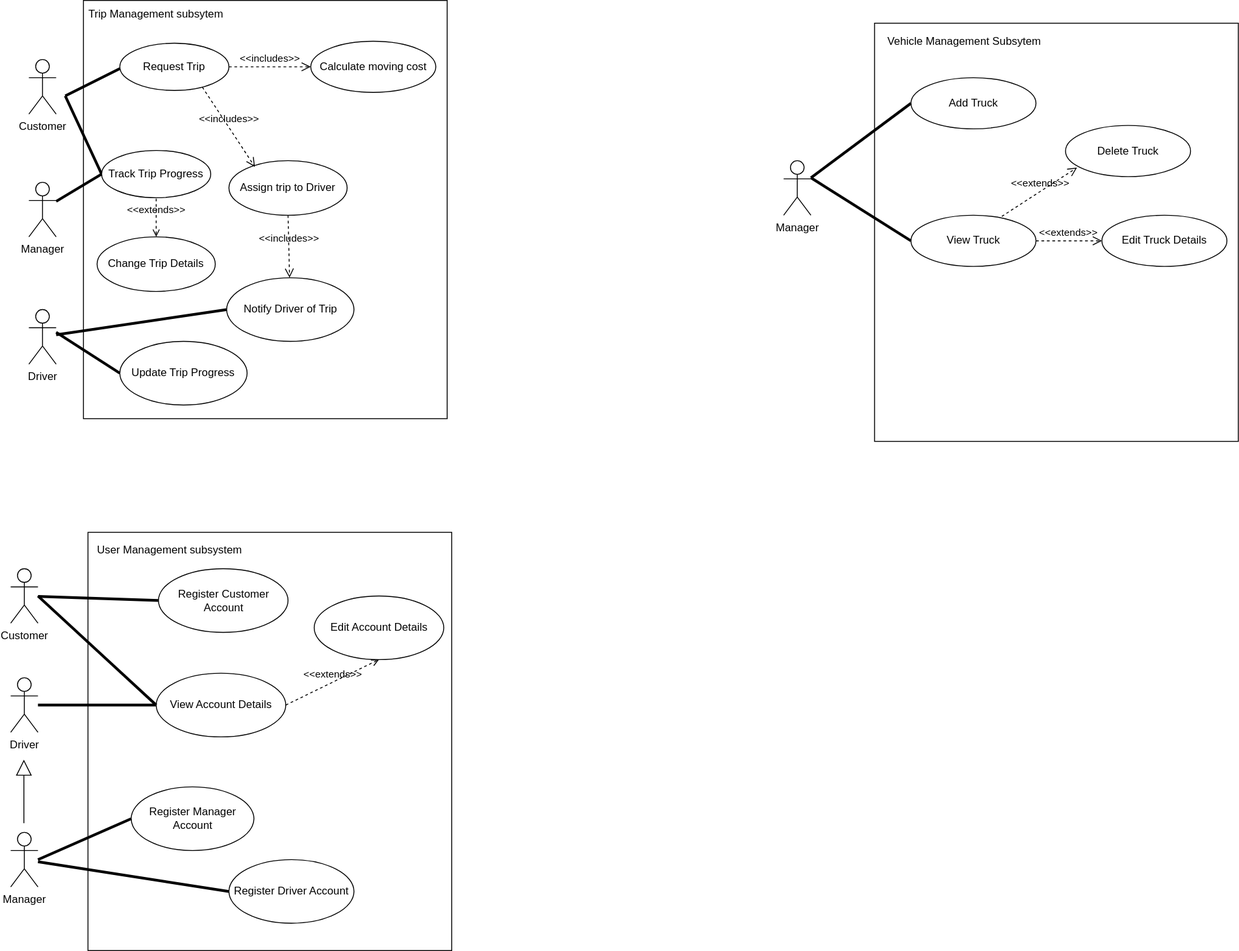
KarenM-tech/diagrams keeps this draw.io diagram as draft1.drawio.svg. Above is the earlier version. Source tidied: cells renumbered, new cells last; positions are measured from the earlier drawing's top-left corner, leaving out a move shared by most shapes.
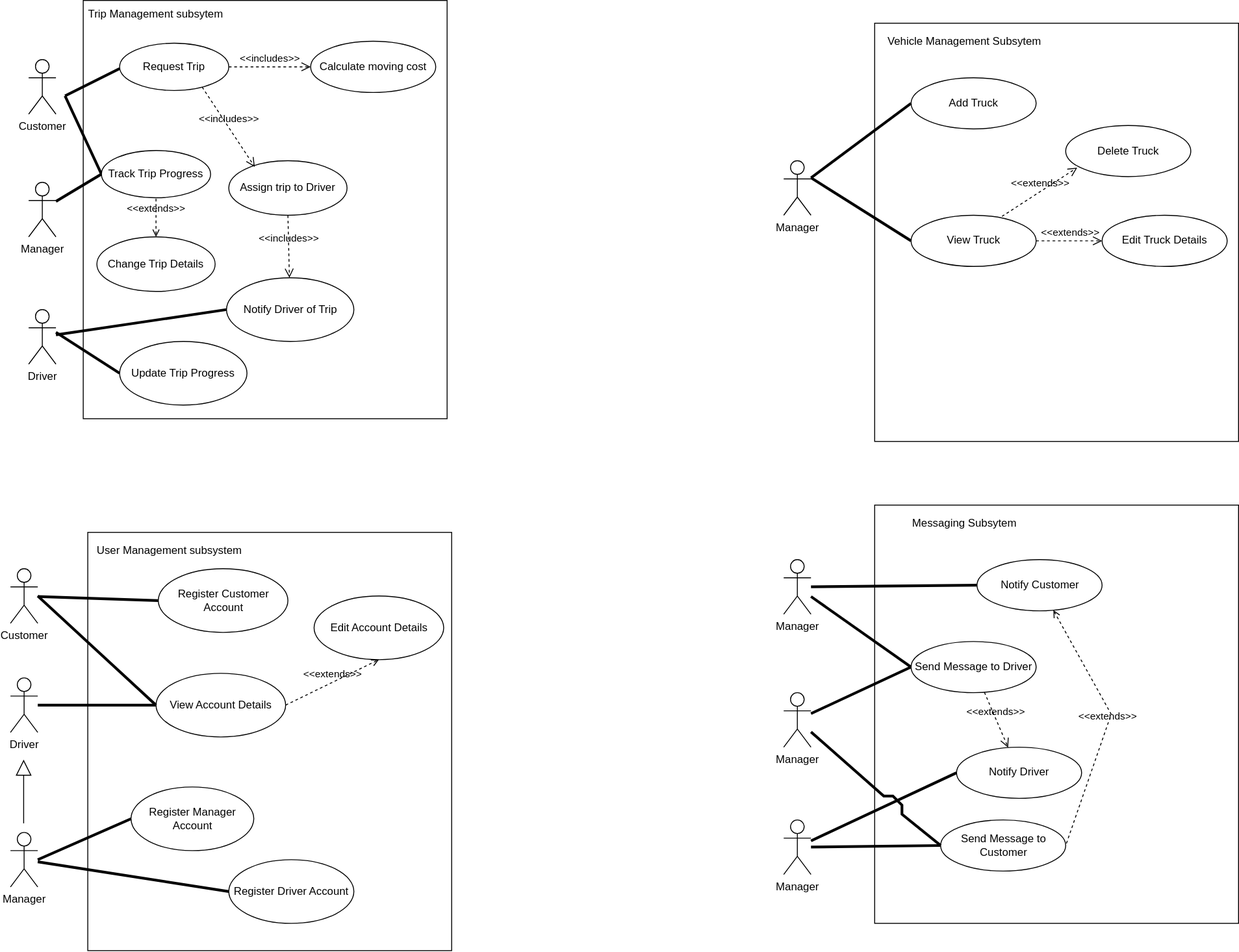
After the commit.

Commit message:
Added Messaging Subsystem

The edit, as a diff of the source:
```diff
@@ -173,5 +173,68 @@
         <mxPoint x="880" y="195" as="sourcePoint" />
       </mxGeometry>
     </mxCell>
+    <mxCell id="53" style="rounded=0;whiteSpace=wrap;html=1;rotation=-180;direction=south;" parent="1" vertex="1">
+      <mxGeometry x="950" y="555" width="400" height="460" as="geometry" />
+    </mxCell>
+    <mxCell id="54" value="Messaging Subsytem" style="text;strokeColor=none;align=center;fillColor=none;html=1;verticalAlign=middle;whiteSpace=wrap;rounded=0;" parent="1" vertex="1">
+      <mxGeometry x="958.8" y="565" width="180" height="20" as="geometry" />
+    </mxCell>
+    <mxCell id="55" value="Send Message to Driver" style="ellipse;whiteSpace=wrap;html=1;" parent="1" vertex="1">
+      <mxGeometry x="990" y="705" width="137.5" height="56.2" as="geometry" />
+    </mxCell>
+    <mxCell id="56" value="Notify Driver" style="ellipse;whiteSpace=wrap;html=1;" parent="1" vertex="1">
+      <mxGeometry x="1040" y="821.2" width="137.5" height="56.2" as="geometry" />
+    </mxCell>
+    <mxCell id="57" value="Send Message to Customer" style="ellipse;whiteSpace=wrap;html=1;" parent="1" vertex="1">
+      <mxGeometry x="1022.5" y="901.2" width="137.5" height="56.2" as="geometry" />
+    </mxCell>
+    <mxCell id="58" value="Notify Customer" style="ellipse;whiteSpace=wrap;html=1;" parent="1" vertex="1">
+      <mxGeometry x="1062.5" y="615" width="137.5" height="56.2" as="geometry" />
+    </mxCell>
+    <mxCell id="59" value="&amp;lt;&amp;lt;extends&amp;gt;&amp;gt;" style="endArrow=open;startArrow=none;endFill=0;startFill=0;endSize=8;html=1;verticalAlign=bottom;dashed=1;labelBackgroundColor=none;rounded=0;" parent="1" edge="1" source="55" target="56">
+      <mxGeometry relative="1" as="geometry" />
+    </mxCell>
+    <mxCell id="60" value="&amp;lt;&amp;lt;extends&amp;gt;&amp;gt;" style="endArrow=none;startArrow=open;endFill=0;startFill=0;endSize=8;html=1;verticalAlign=bottom;dashed=1;labelBackgroundColor=none;rounded=0;entryX=1;entryY=0.5;entryDx=0;entryDy=0;" parent="1" edge="1" source="58" target="57">
+      <mxGeometry relative="1" as="geometry">
+        <Array as="points">
+          <mxPoint x="1210" y="785" />
+        </Array>
+      </mxGeometry>
+    </mxCell>
+    <mxCell id="61" value="Manager" style="shape=umlActor;verticalLabelPosition=bottom;verticalAlign=top;html=1;outlineConnect=0;" parent="1" vertex="1">
+      <mxGeometry x="850" y="615" width="30" height="60" as="geometry" />
+    </mxCell>
+    <mxCell id="62" value="Manager" style="shape=umlActor;verticalLabelPosition=bottom;verticalAlign=top;html=1;outlineConnect=0;" parent="1" vertex="1">
+      <mxGeometry x="850" y="901.2" width="30" height="60" as="geometry" />
+    </mxCell>
+    <mxCell id="63" style="endArrow=none;startArrow=none;endFill=0;startFill=0;endSize=8;html=1;verticalAlign=bottom;labelBackgroundColor=none;strokeWidth=3;rounded=0;entryX=0;entryY=0.5;entryDx=0;entryDy=0;" parent="1" edge="1" source="61" target="58">
+      <mxGeometry relative="1" as="geometry" />
+    </mxCell>
+    <mxCell id="64" style="endArrow=none;startArrow=none;endFill=0;startFill=0;endSize=8;html=1;verticalAlign=bottom;labelBackgroundColor=none;strokeWidth=3;rounded=0;entryX=0;entryY=0.5;entryDx=0;entryDy=0;" parent="1" edge="1" source="61" target="55">
+      <mxGeometry relative="1" as="geometry" />
+    </mxCell>
+    <mxCell id="65" style="endArrow=none;startArrow=none;endFill=0;startFill=0;endSize=8;html=1;verticalAlign=bottom;labelBackgroundColor=none;strokeWidth=3;rounded=0;entryX=0;entryY=0.5;entryDx=0;entryDy=0;" parent="1" edge="1" source="62" target="56">
+      <mxGeometry relative="1" as="geometry" />
+    </mxCell>
+    <mxCell id="66" style="endArrow=none;startArrow=none;endFill=0;startFill=0;endSize=8;html=1;verticalAlign=bottom;labelBackgroundColor=none;strokeWidth=3;rounded=0;entryX=0;entryY=0.5;entryDx=0;entryDy=0;" parent="1" edge="1" source="62" target="57">
+      <mxGeometry relative="1" as="geometry" />
+    </mxCell>
+    <mxCell id="67" value="Manager" style="shape=umlActor;verticalLabelPosition=bottom;verticalAlign=top;html=1;outlineConnect=0;" parent="1" vertex="1">
+      <mxGeometry x="850" y="761.2" width="30" height="60" as="geometry" />
+    </mxCell>
+    <mxCell id="68" style="endArrow=none;startArrow=none;endFill=0;startFill=0;endSize=8;html=1;verticalAlign=bottom;labelBackgroundColor=none;strokeWidth=3;rounded=0;entryX=0;entryY=0.5;entryDx=0;entryDy=0;" parent="1" edge="1" source="67" target="55">
+      <mxGeometry relative="1" as="geometry" />
+    </mxCell>
+    <mxCell id="69" style="endArrow=none;startArrow=none;endFill=0;startFill=0;endSize=8;html=1;verticalAlign=bottom;labelBackgroundColor=none;strokeWidth=3;rounded=0;entryX=0;entryY=0.5;entryDx=0;entryDy=0;" parent="1" edge="1" source="67" target="57">
+      <mxGeometry relative="1" as="geometry">
+        <Array as="points">
+          <mxPoint x="960" y="875" />
+          <mxPoint x="970" y="875" />
+          <mxPoint x="970" y="875" />
+          <mxPoint x="980" y="885" />
+          <mxPoint x="980" y="895" />
+        </Array>
+      </mxGeometry>
+    </mxCell>
   </root>
 </mxGraphModel>
```
